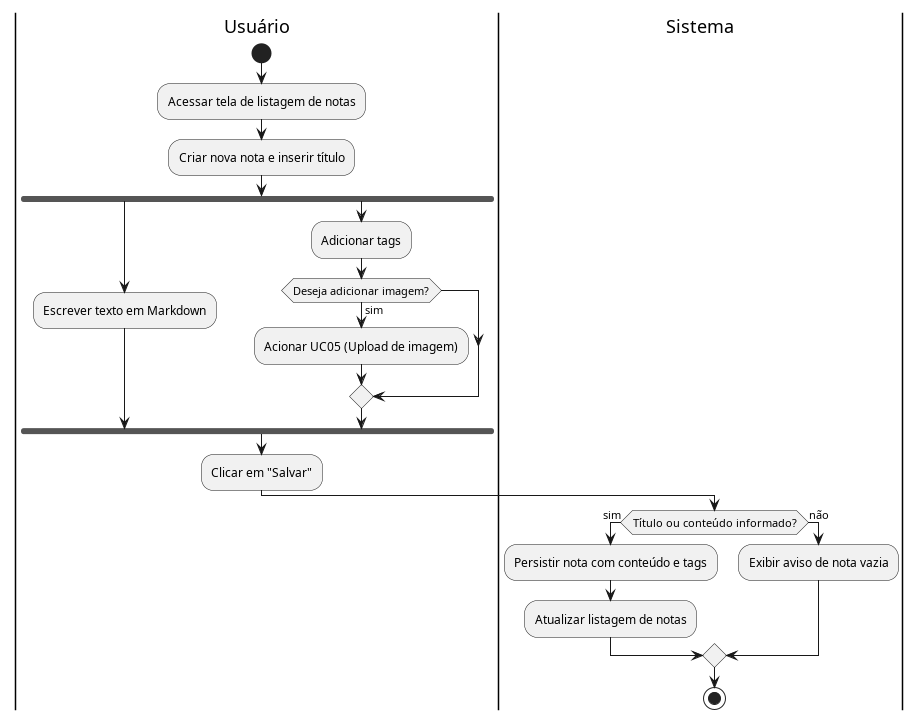
The PlantUML diagram docs/casosUso/imagens/diagramas_atividade/diagrama_UC06.png in aspiringluke/Projeto-Integrado-Mobile, before a commit.
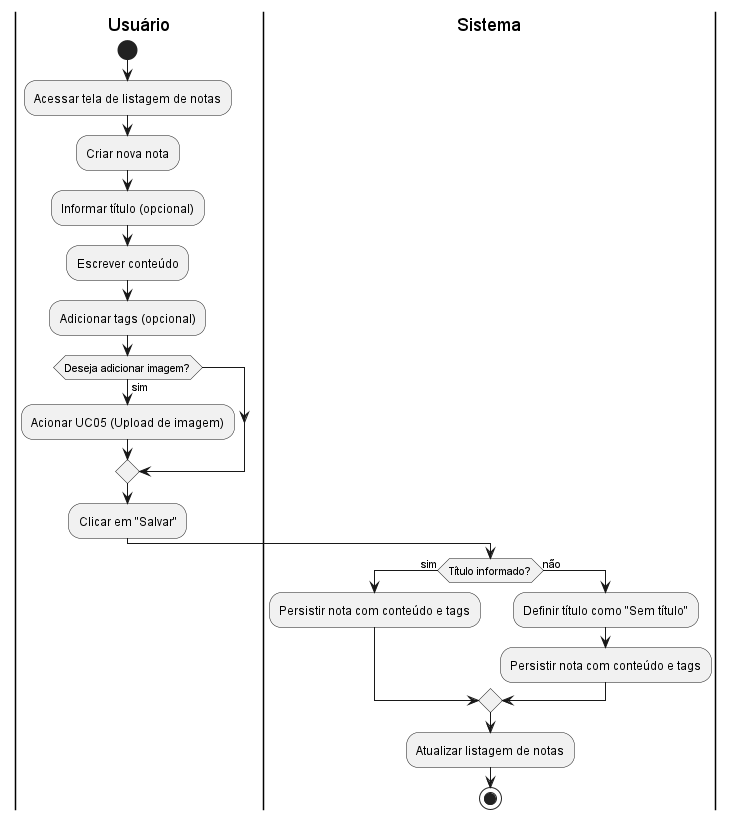
The same diagram one commit later.

Change to the diagram source:
```diff
@@ -3,26 +3,23 @@
 |Usuário|
 start
 :Acessar tela de listagem de notas;
-:Criar nova nota e inserir título;
-fork
-  :Escrever texto em Markdown;
-fork again
-  :Adicionar tags;
-
-  if (Deseja adicionar imagem?) then (sim)
-    :Acionar UC05 (Upload de imagem);
-  endif
-end fork
-
+:Criar nova nota;
+:Informar título (opcional);
+:Escrever conteúdo;
+:Adicionar tags (opcional);
+if (Deseja adicionar imagem?) then (sim)
+  :Acionar UC05 (Upload de imagem);
+endif
 :Clicar em "Salvar";
 
 |Sistema|
-if (Título ou conteúdo informado?) then (sim)
+if (Título informado?) then (sim)
   :Persistir nota com conteúdo e tags;
-  :Atualizar listagem de notas;
 else (não)
-  :Exibir aviso de nota vazia;
+  :Definir título como "Sem título";
+  :Persistir nota com conteúdo e tags;
 endif
+:Atualizar listagem de notas;
 
 stop
 @enduml
```
